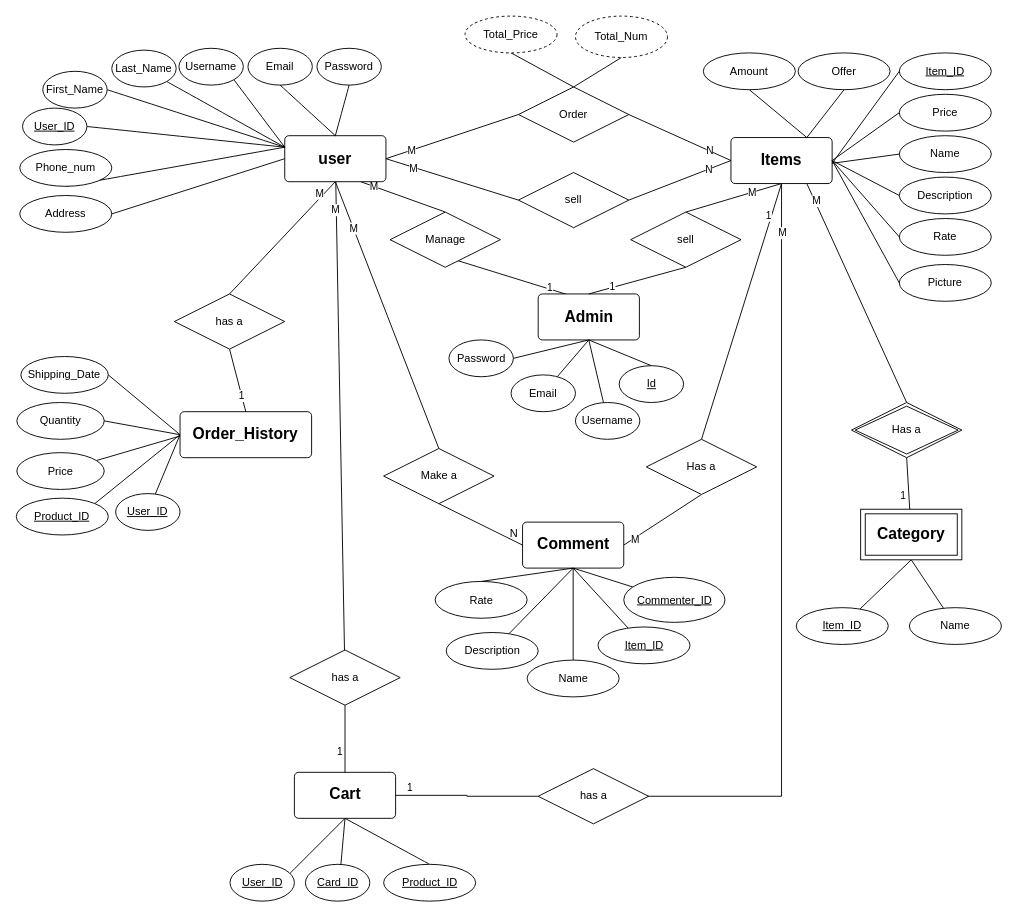
Earlier version of the draw.io diagram digrams/ERD-Digram.drawio (khaledkaram510/SWE-project). Source tidied: cells renumbered, new cells numbered last; positions are measured from the earlier drawing's top-left corner, leaving out a move shared by most shapes. Both pictures are drawn from the tidied source at 92%, with x=0, y=0 at pixel (16, 16).
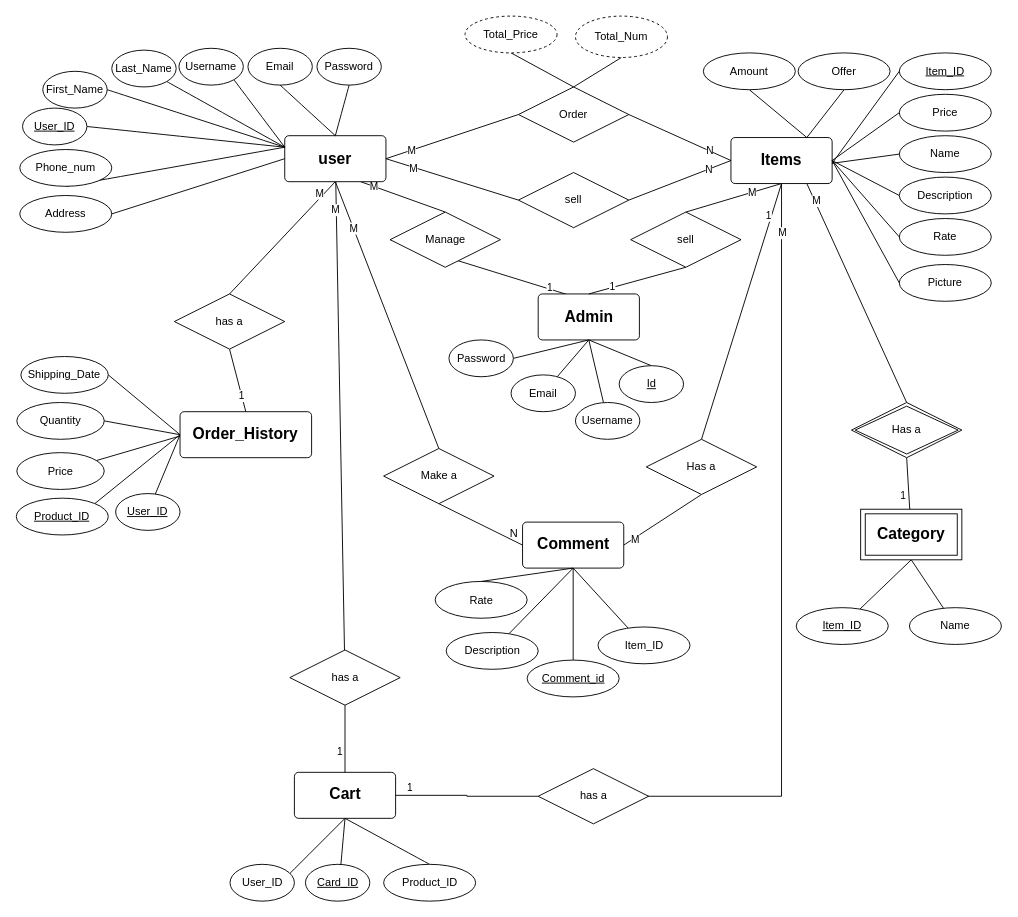
After the change.

Unchanged cells that the change refers to:
```xml
<mxCell id="93" value="&lt;div&gt;&lt;font style=&quot;font-size: 17px;&quot;&gt;&lt;b&gt;Comment&lt;/b&gt;&lt;/font&gt;&lt;/div&gt;" style="rounded=1;arcSize=9;whiteSpace=wrap;html=1;align=center;" parent="1" vertex="1">
  <mxGeometry x="550.5" y="550" width="110" height="50" as="geometry" />
</mxCell>
```

What changed in the source:
```diff
@@
-    <mxCell id="38" value="&lt;div&gt;&lt;u&gt;User_ID&lt;/u&gt;&lt;/div&gt;" style="ellipse;whiteSpace=wrap;html=1;align=center;" parent="1" vertex="1">
+    <mxCell id="38" value="&lt;div&gt;User_ID&lt;/div&gt;" style="ellipse;whiteSpace=wrap;html=1;align=center;" parent="1" vertex="1">
       <mxGeometry x="232.5" y="922" width="70" height="40" as="geometry" />
     </mxCell>
@@
-    <mxCell id="42" value="&lt;div&gt;&lt;u&gt;Product_ID&lt;/u&gt;&lt;/div&gt;" style="ellipse;whiteSpace=wrap;html=1;align=center;" parent="1" vertex="1">
+    <mxCell id="42" value="&lt;div&gt;Product_ID&lt;/div&gt;" style="ellipse;whiteSpace=wrap;html=1;align=center;" parent="1" vertex="1">
       <mxGeometry x="399.5" y="922" width="100" height="40" as="geometry" />
     </mxCell>
@@
-    <mxCell id="104" value="Name" style="ellipse;whiteSpace=wrap;html=1;align=center;" parent="1" vertex="1">
+    <mxCell id="104" value="&lt;u&gt;Comment_id&lt;/u&gt;" style="ellipse;whiteSpace=wrap;html=1;align=center;" parent="1" vertex="1">
       <mxGeometry x="555.5" y="700" width="100" height="40" as="geometry" />
     </mxCell>
-    <mxCell id="105" style="rounded=0;jettySize=auto;html=1;entryX=0.5;entryY=1;entryDx=0;entryDy=0;endArrow=none;endFill=0;" parent="1" edge="1" source="106" target="93">
-      <mxGeometry relative="1" as="geometry" />
-    </mxCell>
-    <mxCell id="106" value="&lt;div&gt;&lt;u&gt;Commenter_ID&lt;/u&gt;&lt;/div&gt;" style="ellipse;whiteSpace=wrap;html=1;align=center;" parent="1" vertex="1">
-      <mxGeometry x="660.5" y="610" width="110" height="49" as="geometry" />
-    </mxCell>
@@
-    <mxCell id="108" value="&lt;div&gt;&lt;u&gt;Item_ID&lt;/u&gt;&lt;/div&gt;" style="ellipse;whiteSpace=wrap;html=1;align=center;" parent="1" vertex="1">
+    <mxCell id="108" value="&lt;div&gt;Item_ID&lt;/div&gt;" style="ellipse;whiteSpace=wrap;html=1;align=center;" parent="1" vertex="1">
       <mxGeometry x="632.5" y="664" width="100" height="40" as="geometry" />
     </mxCell>
```
